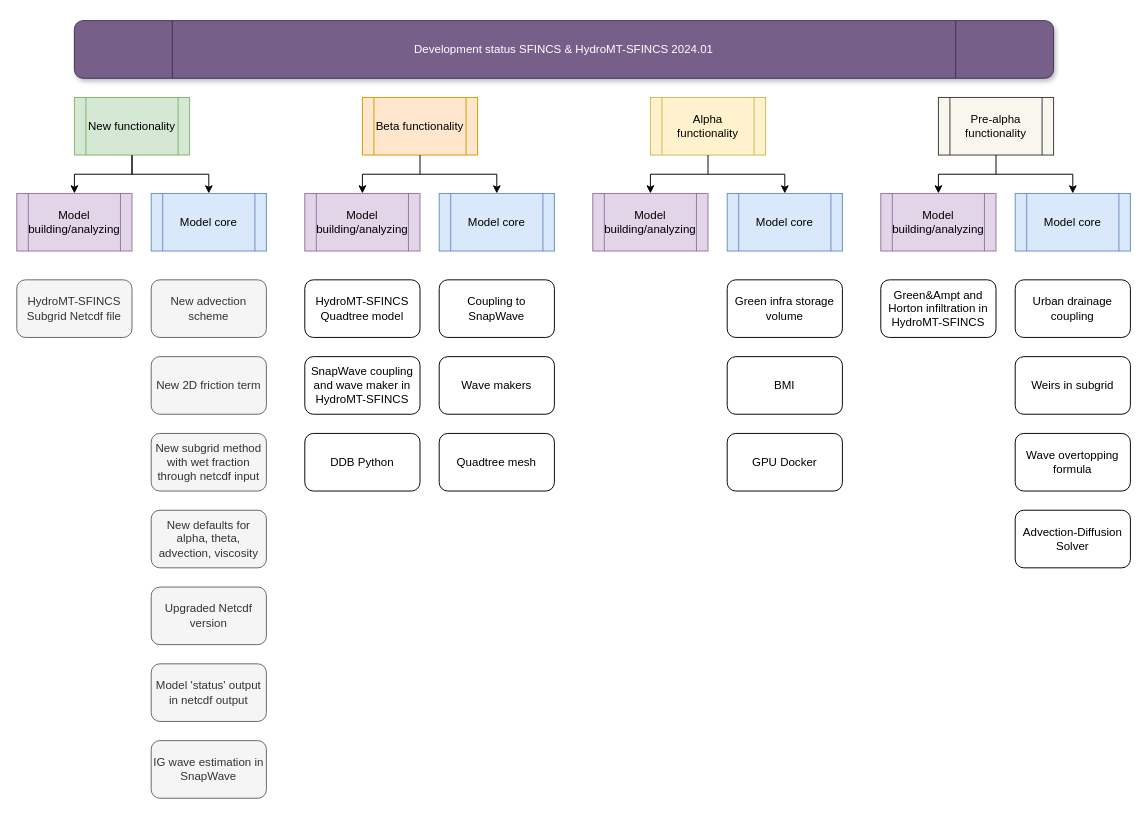
The draw.io diagram page "2025.01" (1 of 2) of docs/figures/Overview_status_SFINCS.drawio in Deltares/SFINCS, before the edit. Source tidied: cells renumbered, new cells numbered last; positions are measured from the earlier drawing's top-left corner, leaving out a move shared by most shapes. Both pictures are drawn from the tidied source at 96%, with x=0, y=0 at pixel (16, 20).
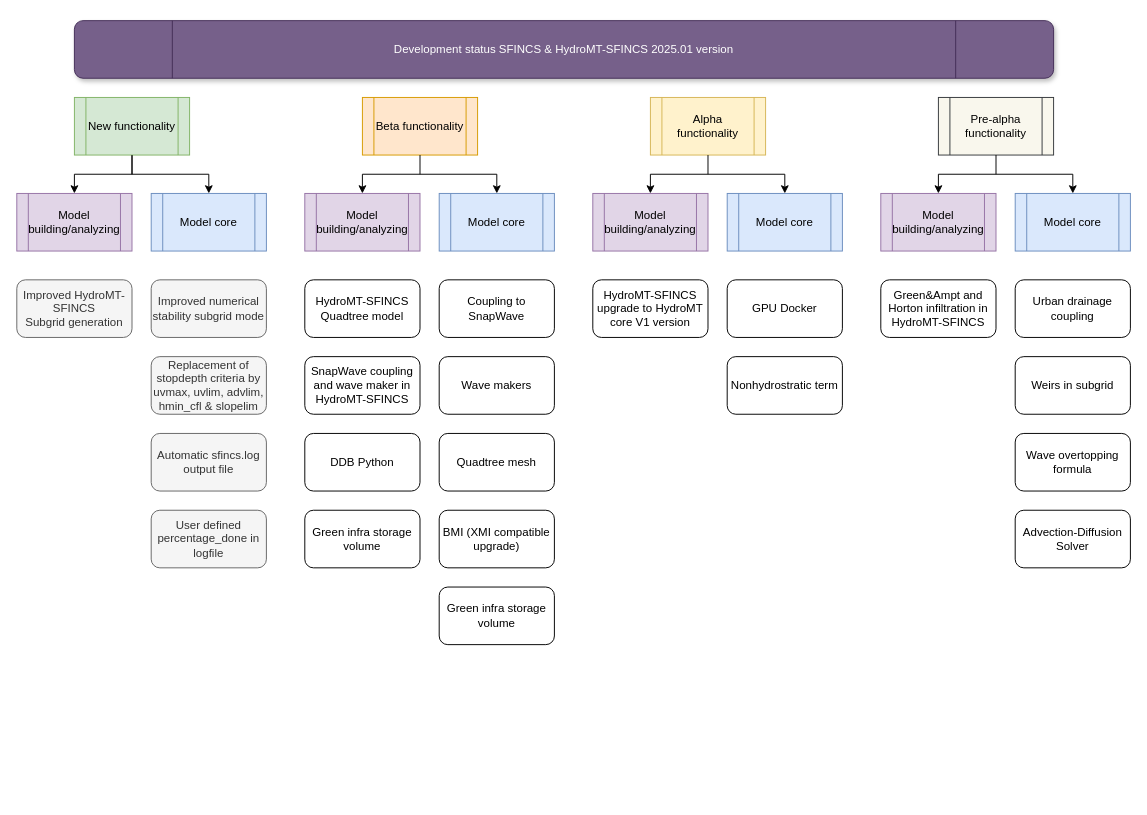
Above is the later version.

Commit message (it also covers changes not shown here):
- Update SFINCS developments figure - rewrite wording

Change to the diagram source:
```diff
@@
-    <mxCell id="7" value="BMI" style="rounded=1;whiteSpace=wrap;html=1;" parent="1" vertex="1">
-      <mxGeometry x="740" y="350" width="120" height="60" as="geometry" />
+    <mxCell id="7" value="BMI (XMI compatible upgrade)" style="rounded=1;whiteSpace=wrap;html=1;" parent="1" vertex="1">
+      <mxGeometry x="440" y="510" width="120" height="60" as="geometry" />
     </mxCell>
     <mxCell id="8" value="Green infra storage volume" style="rounded=1;whiteSpace=wrap;html=1;" parent="1" vertex="1">
-      <mxGeometry x="740" y="270" width="120" height="60" as="geometry" />
+      <mxGeometry x="440" y="590" width="120" height="60" as="geometry" />
     </mxCell>
@@
-    <mxCell id="11" value="GPU Docker" style="rounded=1;whiteSpace=wrap;html=1;" parent="1" vertex="1">
-      <mxGeometry x="740" y="430" width="120" height="60" as="geometry" />
+    <mxCell id="11" value="Nonhydrostratic term" style="rounded=1;whiteSpace=wrap;html=1;" parent="1" vertex="1">
+      <mxGeometry x="740" y="350" width="120" height="60" as="geometry" />
     </mxCell>
@@
-    <mxCell id="15" value="HydroMT-SFINCS&lt;br&gt;Subgrid Netcdf file" style="rounded=1;whiteSpace=wrap;html=1;fillColor=#f5f5f5;fontColor=#333333;strokeColor=#666666;" parent="1" vertex="1">
+    <mxCell id="15" value="Improved HydroMT-SFINCS&lt;br&gt;Subgrid generation" style="rounded=1;whiteSpace=wrap;html=1;fillColor=#f5f5f5;fontColor=#333333;strokeColor=#666666;" parent="1" vertex="1">
       <mxGeometry y="270" width="120" height="60" as="geometry" />
     </mxCell>
@@
-    <mxCell id="25" value="New advection scheme" style="rounded=1;whiteSpace=wrap;html=1;fillColor=#f5f5f5;fontColor=#333333;strokeColor=#666666;" parent="1" vertex="1">
+    <mxCell id="25" value="Improved numerical stability subgrid mode" style="rounded=1;whiteSpace=wrap;html=1;fillColor=#f5f5f5;fontColor=#333333;strokeColor=#666666;" parent="1" vertex="1">
       <mxGeometry x="140" y="270" width="120" height="60" as="geometry" />
     </mxCell>
-    <mxCell id="26" value="Development status SFINCS &amp;amp; HydroMT-SFINCS 2024.01" style="shape=process;whiteSpace=wrap;html=1;backgroundOutline=1;fillColor=#76608a;strokeColor=#432D57;rounded=1;shadow=1;fontColor=#ffffff;" parent="1" vertex="1">
+    <mxCell id="26" value="Development status SFINCS &amp;amp; HydroMT-SFINCS 2025.01 version" style="shape=process;whiteSpace=wrap;html=1;backgroundOutline=1;fillColor=#76608a;strokeColor=#432D57;rounded=1;shadow=1;fontColor=#ffffff;" parent="1" vertex="1">
       <mxGeometry x="60" width="1020" height="60" as="geometry" />
     </mxCell>
@@
-    <mxCell id="39" value="Upgraded Netcdf version" style="rounded=1;whiteSpace=wrap;html=1;fillColor=#f5f5f5;fontColor=#333333;strokeColor=#666666;" parent="1" vertex="1">
-      <mxGeometry x="140" y="590" width="120" height="60" as="geometry" />
-    </mxCell>
-    <mxCell id="40" value="New 2D friction term" style="rounded=1;whiteSpace=wrap;html=1;fillColor=#f5f5f5;fontColor=#333333;strokeColor=#666666;" parent="1" vertex="1">
-      <mxGeometry x="140" y="350" width="120" height="60" as="geometry" />
-    </mxCell>
-    <mxCell id="41" value="New subgrid method with wet fraction through netcdf input" style="rounded=1;whiteSpace=wrap;html=1;fillColor=#f5f5f5;fontColor=#333333;strokeColor=#666666;" parent="1" vertex="1">
-      <mxGeometry x="140" y="430" width="120" height="60" as="geometry" />
+    <mxCell id="41" value="User defined percentage_done in logfile" style="rounded=1;whiteSpace=wrap;html=1;fillColor=#f5f5f5;fontColor=#333333;strokeColor=#666666;" parent="1" vertex="1">
+      <mxGeometry x="140" y="510" width="120" height="60" as="geometry" />
     </mxCell>
-    <mxCell id="42" value="New defaults for alpha, theta, advection, viscosity" style="rounded=1;whiteSpace=wrap;html=1;fillColor=#f5f5f5;fontColor=#333333;strokeColor=#666666;" parent="1" vertex="1">
-      <mxGeometry x="140" y="510" width="120" height="60" as="geometry" />
+    <mxCell id="42" value="Replacement of stopdepth criteria by uvmax, uvlim, advlim, hmin_cfl &amp;amp; slopelim" style="rounded=1;whiteSpace=wrap;html=1;fillColor=#f5f5f5;fontColor=#333333;strokeColor=#666666;" parent="1" vertex="1">
+      <mxGeometry x="140" y="350" width="120" height="60" as="geometry" />
     </mxCell>
-    <mxCell id="43" value="Model 'status' output in netcdf output" style="rounded=1;whiteSpace=wrap;html=1;fillColor=#f5f5f5;fontColor=#333333;strokeColor=#666666;" parent="1" vertex="1">
-      <mxGeometry x="140" y="670" width="120" height="60" as="geometry" />
-    </mxCell>
-    <mxCell id="44" value="IG wave estimation in SnapWave" style="rounded=1;whiteSpace=wrap;html=1;fillColor=#f5f5f5;fontColor=#333333;strokeColor=#666666;" parent="1" vertex="1">
-      <mxGeometry x="140" y="750" width="120" height="60" as="geometry" />
+    <mxCell id="44" value="Automatic sfincs.log output file" style="rounded=1;whiteSpace=wrap;html=1;fillColor=#f5f5f5;fontColor=#333333;strokeColor=#666666;" parent="1" vertex="1">
+      <mxGeometry x="140" y="430" width="120" height="60" as="geometry" />
     </mxCell>
+    <mxCell id="45" value="Green infra storage volume" style="rounded=1;whiteSpace=wrap;html=1;" parent="1" vertex="1">
+      <mxGeometry x="300" y="510" width="120" height="60" as="geometry" />
+    </mxCell>
+    <mxCell id="46" value="GPU Docker" style="rounded=1;whiteSpace=wrap;html=1;" parent="1" vertex="1">
+      <mxGeometry x="740" y="270" width="120" height="60" as="geometry" />
+    </mxCell>
+    <mxCell id="47" value="HydroMT-SFINCS&lt;br&gt;upgrade to HydroMT core V1 version" style="rounded=1;whiteSpace=wrap;html=1;" parent="1" vertex="1">
+      <mxGeometry x="600" y="270" width="120" height="60" as="geometry" />
+    </mxCell>
```
